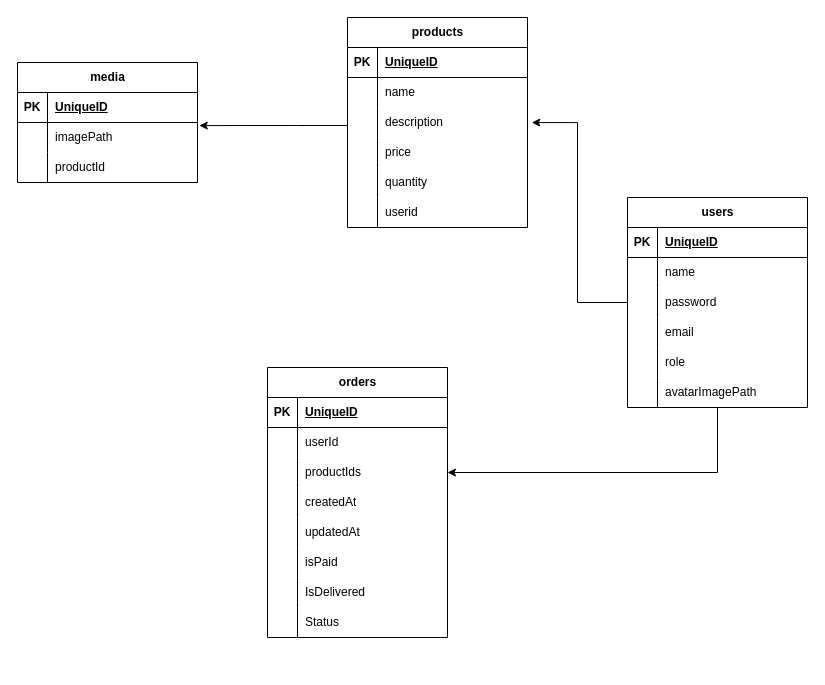
Earlier version of the draw.io diagram dbmodell.drawio (AntonWiklund1/buy-02). Source tidied: cells renumbered, new cells numbered last; positions are measured from the earlier drawing's top-left corner, leaving out a move shared by most shapes. Both pictures are drawn from the tidied source at 100%, with x=0, y=0 at pixel (17, 17).
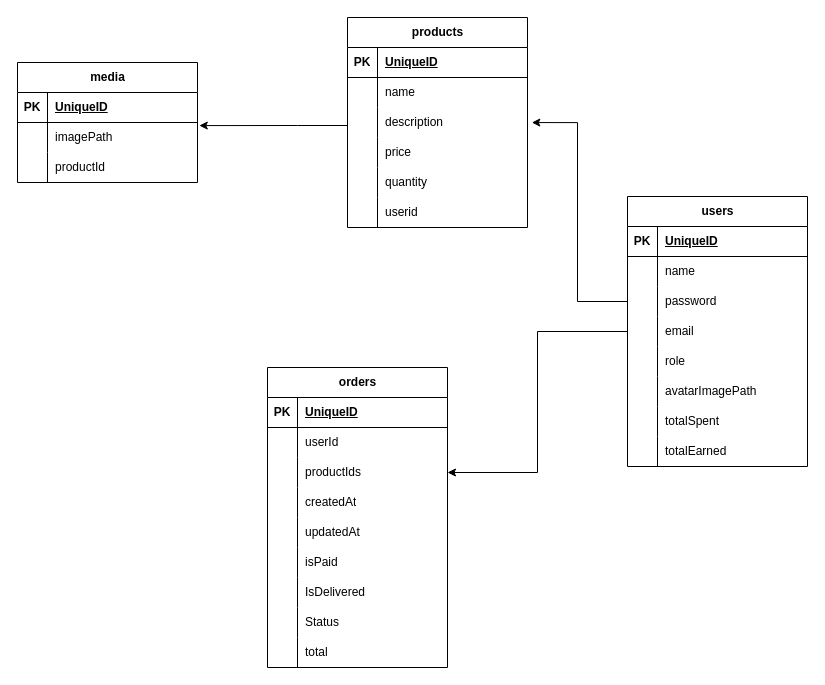
After the change.

Commit message (it also covers changes not shown here):
added function to calculate the total of the order

Diff of the diagram source:
```diff
@@
-<mxGraphModel>
+<mxGraphModel background="#ffffff">
@@
     <mxCell id="3" value="users" style="shape=table;startSize=30;childLayout=tableLayout;rowLines=0;fontStyle=1;align=center;html=1;" parent="1" vertex="1">
-      <mxGeometry x="610" y="180" width="180" height="210" as="geometry" />
+      <mxGeometry x="610" y="179" width="180" height="270" as="geometry" />
     </mxCell>
@@
+    <mxCell id="79" style="shape=tableRow;horizontal=0;startSize=0;swimlaneHead=0;swimlaneBody=0;fillColor=none;top=0;left=0;right=0;bottom=0;" parent="3" vertex="1">
+      <mxGeometry y="180" width="180" height="30" as="geometry" />
+    </mxCell>
+    <mxCell id="80" style="shape=partialRectangle;fillColor=none;top=0;left=0;bottom=0;right=0;overflow=hidden;whiteSpace=wrap;html=1;" parent="79" vertex="1">
+      <mxGeometry width="30" height="30" as="geometry" />
+    </mxCell>
+    <mxCell id="81" value="avatarImagePath" style="shape=partialRectangle;fillColor=none;top=0;left=0;bottom=0;right=0;align=left;spacingLeft=6;overflow=hidden;whiteSpace=wrap;html=1;" parent="79" vertex="1">
+      <mxGeometry x="30" width="150" height="30" as="geometry" />
+    </mxCell>
     <mxCell id="19" style="shape=tableRow;horizontal=0;startSize=0;swimlaneHead=0;swimlaneBody=0;fillColor=none;top=0;left=0;right=0;bottom=0;" parent="3" vertex="1">
-      <mxGeometry y="180" width="180" height="30" as="geometry" />
+      <mxGeometry y="210" width="180" height="30" as="geometry" />
     </mxCell>
@@
-    <mxCell id="21" value="avatarImagePath" style="shape=partialRectangle;fillColor=none;top=0;left=0;bottom=0;right=0;align=left;spacingLeft=6;overflow=hidden;whiteSpace=wrap;html=1;" parent="19" vertex="1">
+    <mxCell id="21" value="totalSpent" style="shape=partialRectangle;fillColor=none;top=0;left=0;bottom=0;right=0;align=left;spacingLeft=6;overflow=hidden;whiteSpace=wrap;html=1;" parent="19" vertex="1">
       <mxGeometry x="30" width="150" height="30" as="geometry" />
     </mxCell>
+    <mxCell id="82" style="shape=tableRow;horizontal=0;startSize=0;swimlaneHead=0;swimlaneBody=0;fillColor=none;top=0;left=0;right=0;bottom=0;" parent="3" vertex="1">
+      <mxGeometry y="240" width="180" height="30" as="geometry" />
+    </mxCell>
+    <mxCell id="83" style="shape=partialRectangle;fillColor=none;top=0;left=0;bottom=0;right=0;overflow=hidden;whiteSpace=wrap;html=1;" parent="82" vertex="1">
+      <mxGeometry width="30" height="30" as="geometry" />
+    </mxCell>
+    <mxCell id="84" value="totalEarned" style="shape=partialRectangle;fillColor=none;top=0;left=0;bottom=0;right=0;align=left;spacingLeft=6;overflow=hidden;whiteSpace=wrap;html=1;" parent="82" vertex="1">
+      <mxGeometry x="30" width="150" height="30" as="geometry" />
+    </mxCell>
@@
     <mxCell id="53" value="orders" style="shape=table;startSize=30;childLayout=tableLayout;rowLines=0;fontStyle=1;align=center;html=1;" parent="1" vertex="1">
-      <mxGeometry x="250" y="350" width="180" height="270" as="geometry" />
+      <mxGeometry x="250" y="350" width="180" height="300" as="geometry" />
     </mxCell>
@@
+    <mxCell id="85" style="shape=tableRow;horizontal=0;startSize=0;swimlaneHead=0;swimlaneBody=0;fillColor=none;top=0;left=0;right=0;bottom=0;" parent="53" vertex="1">
+      <mxGeometry y="270" width="180" height="30" as="geometry" />
+    </mxCell>
+    <mxCell id="86" style="shape=partialRectangle;fillColor=none;top=0;left=0;bottom=0;right=0;overflow=hidden;whiteSpace=wrap;html=1;" parent="85" vertex="1">
+      <mxGeometry width="30" height="30" as="geometry" />
+    </mxCell>
+    <mxCell id="87" value="total" style="shape=partialRectangle;fillColor=none;top=0;left=0;bottom=0;right=0;align=left;spacingLeft=6;overflow=hidden;whiteSpace=wrap;html=1;" parent="85" vertex="1">
+      <mxGeometry x="30" width="150" height="30" as="geometry" />
+    </mxCell>
```
